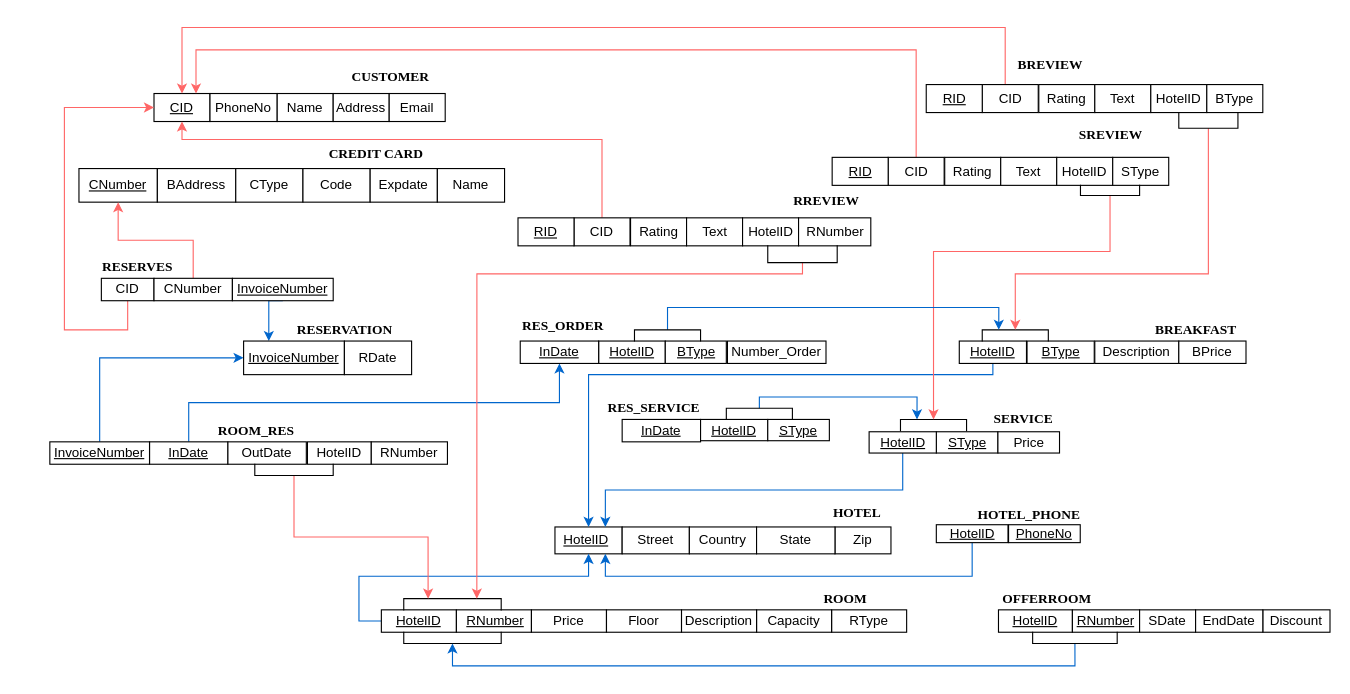
The draw.io diagram ProjectDeliverable2.drawio in susbiswas/njit-dbms-project2, before the edit. Source tidied: cells renumbered, new cells numbered last; positions are measured from the earlier drawing's top-left corner, leaving out a move shared by most shapes. Both pictures are drawn from the tidied source at 112%, with x=0, y=0 at pixel (49, 27).
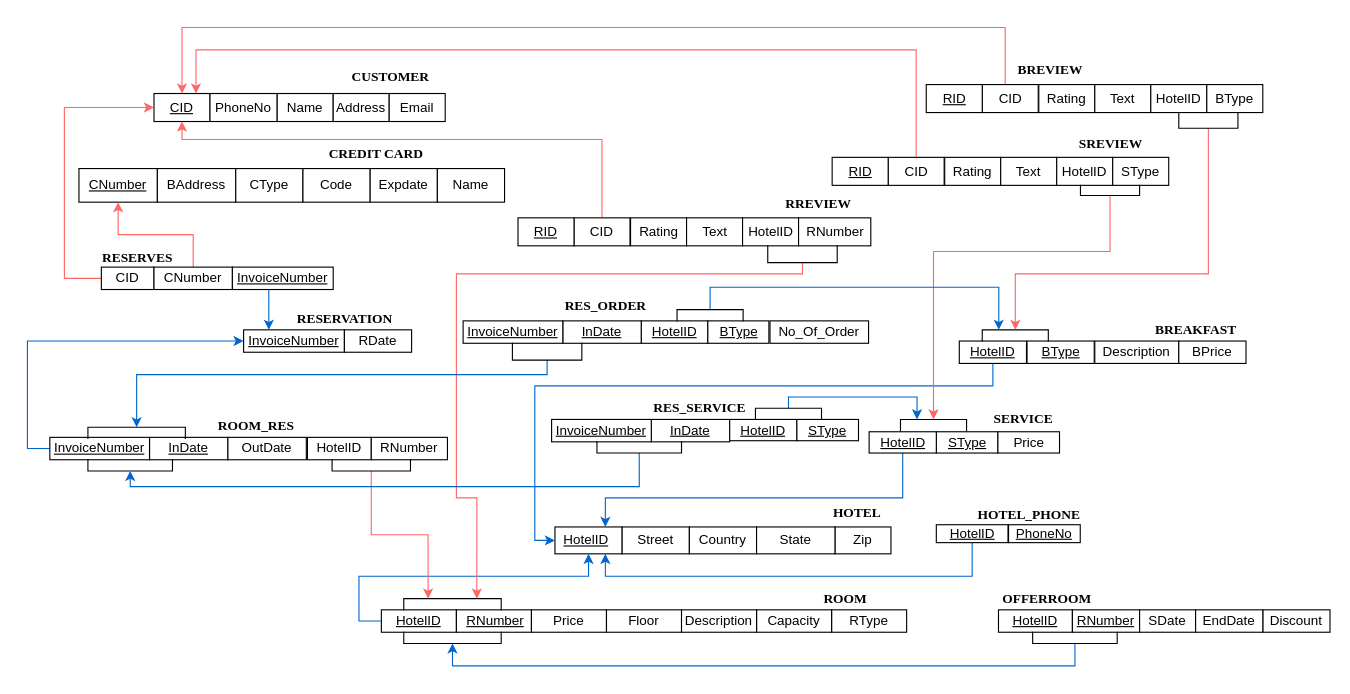
Above is the later version.

Unchanged cells that the change refers to:
```xml
<mxCell id="2" style="rounded=0;whiteSpace=wrap;html=1;" parent="1" vertex="1">
  <mxGeometry x="451" y="446" width="60" height="24" as="geometry" />
</mxCell>
<mxCell id="19" value="&lt;u&gt;CID&lt;/u&gt;" style="rounded=0;whiteSpace=wrap;html=1;" parent="1" vertex="1">
  <mxGeometry x="93" y="59" width="50" height="25" as="geometry" />
</mxCell>
<mxCell id="38" value="&lt;u&gt;HotelID&lt;/u&gt;" style="rounded=0;whiteSpace=wrap;html=1;" parent="1" vertex="1">
  <mxGeometry x="731.5" y="361" width="60" height="19" as="geometry" />
</mxCell>
<mxCell id="41" value="&lt;u&gt;HotelID&lt;/u&gt;" style="rounded=0;whiteSpace=wrap;html=1;" parent="1" vertex="1">
  <mxGeometry x="812" y="280" width="60" height="20" as="geometry" />
</mxCell>
<mxCell id="103" style="shape=partialRectangle;whiteSpace=wrap;html=1;bottom=1;right=1;left=1;top=0;fillColor=none;routingCenterX=-0.5;direction=west;" parent="1" vertex="1">
  <mxGeometry x="316" y="510" width="87" height="10" as="geometry" />
</mxCell>
<mxCell id="107" style="shape=partialRectangle;whiteSpace=wrap;html=1;bottom=1;right=1;left=1;top=0;fillColor=none;routingCenterX=-0.5;" parent="1" vertex="1">
  <mxGeometry x="641" y="195" width="62" height="15" as="geometry" />
</mxCell>
<mxCell id="110" style="shape=partialRectangle;whiteSpace=wrap;html=1;bottom=1;right=1;left=1;top=0;fillColor=none;routingCenterX=-0.5;direction=west;" parent="1" vertex="1">
  <mxGeometry x="759.5" y="350" width="59" height="10" as="geometry" />
</mxCell>
```

Diff of the diagram source:
```diff
@@
-    <mxCell id="32" style="edgeStyle=orthogonalEdgeStyle;rounded=0;jettySize=auto;html=1;exitX=0.5;exitY=0;exitDx=0;exitDy=0;entryX=0.5;entryY=1;entryDx=0;entryDy=0;strokeColor=#0066CC;" parent="1" edge="1" source="33" target="87">
-      <mxGeometry relative="1" as="geometry" />
-    </mxCell>
     <mxCell id="33" value="&lt;u&gt;InDate&lt;/u&gt;" style="rounded=0;whiteSpace=wrap;html=1;" parent="1" vertex="1">
-      <mxGeometry x="89" y="370" width="70" height="20" as="geometry" />
+      <mxGeometry x="89" y="366" width="70" height="20" as="geometry" />
     </mxCell>
     <mxCell id="34" value="OutDate" style="rounded=0;whiteSpace=wrap;html=1;" parent="1" vertex="1">
-      <mxGeometry x="159" y="370" width="70" height="20" as="geometry" />
+      <mxGeometry x="159" y="366" width="70" height="20" as="geometry" />
     </mxCell>
     <mxCell id="35" value="&lt;font face=&quot;Times New Roman&quot;&gt;&lt;b&gt;ROOM_RES&lt;/b&gt;&lt;/font&gt;" style="text;html=1;align=center;verticalAlign=middle;" parent="1" vertex="1">
-      <mxGeometry x="144" y="350" width="80" height="20" as="geometry" />
+      <mxGeometry x="144" y="346" width="80" height="20" as="geometry" />
     </mxCell>
@@
     <mxCell id="37" style="edgeStyle=orthogonalEdgeStyle;rounded=0;jettySize=auto;html=1;exitX=0.5;exitY=1;exitDx=0;exitDy=0;entryX=0.75;entryY=0;entryDx=0;entryDy=0;strokeColor=#0066CC;" parent="1" edge="1" source="38" target="2">
-      <mxGeometry relative="1" as="geometry" />
+      <mxGeometry relative="1" as="geometry">
+        <Array as="points">
+          <mxPoint x="762" y="420" />
+          <mxPoint x="496" y="420" />
+        </Array>
+      </mxGeometry>
     </mxCell>
@@
-    <mxCell id="40" style="edgeStyle=orthogonalEdgeStyle;rounded=0;jettySize=auto;html=1;exitX=0.5;exitY=1;exitDx=0;exitDy=0;entryX=0.5;entryY=0;entryDx=0;entryDy=0;strokeColor=#0066CC;" parent="1" edge="1" source="41" target="2">
+    <mxCell id="40" style="edgeStyle=orthogonalEdgeStyle;rounded=0;jettySize=auto;html=1;exitX=0.5;exitY=1;exitDx=0;exitDy=0;strokeColor=#0066CC;entryX=0;entryY=0.5;entryDx=0;entryDy=0;" parent="1" edge="1" source="41" target="2">
       <mxGeometry relative="1" as="geometry">
         <Array as="points">
-          <mxPoint x="842" y="310" />
-          <mxPoint x="481" y="310" />
+          <mxPoint x="842" y="320" />
+          <mxPoint x="433" y="320" />
+          <mxPoint x="433" y="458" />
         </Array>
       </mxGeometry>
     </mxCell>
@@
     <mxCell id="62" value="&lt;font face=&quot;Times New Roman&quot;&gt;&lt;b&gt;BREVIEW&lt;/b&gt;&lt;/font&gt;" style="text;html=1;align=center;verticalAlign=middle;" parent="1" vertex="1">
-      <mxGeometry x="858" y="24" width="70" height="20" as="geometry" />
+      <mxGeometry x="858" y="28" width="70" height="20" as="geometry" />
     </mxCell>
     <mxCell id="63" value="&lt;b&gt;&lt;font face=&quot;Times New Roman&quot;&gt;SREVIEW&lt;/font&gt;&lt;/b&gt;" style="text;html=1;align=center;verticalAlign=middle;" parent="1" vertex="1">
-      <mxGeometry x="912" y="86" width="70" height="20" as="geometry" />
+      <mxGeometry x="912" y="94" width="70" height="20" as="geometry" />
     </mxCell>
@@
     <mxCell id="71" value="&lt;font face=&quot;Times New Roman&quot;&gt;&lt;b&gt;RREVIEW&lt;/b&gt;&lt;/font&gt;" style="text;html=1;align=center;verticalAlign=middle;" parent="1" vertex="1">
-      <mxGeometry x="658" y="145" width="70" height="20" as="geometry" />
+      <mxGeometry x="651" y="148" width="70" height="20" as="geometry" />
     </mxCell>
@@
-    <mxCell id="76" style="edgeStyle=orthogonalEdgeStyle;rounded=0;jettySize=auto;html=1;exitX=0.5;exitY=1;exitDx=0;exitDy=0;entryX=0;entryY=0.5;entryDx=0;entryDy=0;strokeColor=#FF6666;" parent="1" edge="1" source="77" target="19">
+    <mxCell id="76" style="edgeStyle=orthogonalEdgeStyle;rounded=0;jettySize=auto;html=1;exitX=0;exitY=0.5;exitDx=0;exitDy=0;entryX=0;entryY=0.5;entryDx=0;entryDy=0;strokeColor=#FF6666;" parent="1" edge="1" source="77" target="19">
       <mxGeometry relative="1" as="geometry">
         <Array as="points">
-          <mxPoint x="70" y="270" />
-          <mxPoint x="13" y="270" />
+          <mxPoint x="13" y="224" />
           <mxPoint x="13" y="72" />
         </Array>
       </mxGeometry>
     </mxCell>
     <mxCell id="77" value="CID" style="rounded=0;whiteSpace=wrap;html=1;" parent="1" vertex="1">
-      <mxGeometry x="46" y="224" width="47" height="20" as="geometry" />
+      <mxGeometry x="46" y="214" width="47" height="20" as="geometry" />
     </mxCell>
@@
     <mxCell id="79" value="CNumber" style="rounded=0;whiteSpace=wrap;html=1;" parent="1" vertex="1">
-      <mxGeometry x="93" y="224" width="70" height="20" as="geometry" />
+      <mxGeometry x="93" y="214" width="70" height="20" as="geometry" />
     </mxCell>
@@
     <mxCell id="81" value="&lt;u&gt;InvoiceNumber&lt;/u&gt;" style="rounded=0;whiteSpace=wrap;html=1;" parent="1" vertex="1">
-      <mxGeometry x="163" y="224" width="90" height="20" as="geometry" />
+      <mxGeometry x="163" y="214" width="90" height="20" as="geometry" />
     </mxCell>
     <mxCell id="82" value="&lt;font face=&quot;Times New Roman&quot;&gt;&lt;b&gt;RESERVES&lt;/b&gt;&lt;/font&gt;" style="text;html=1;align=center;verticalAlign=middle;" parent="1" vertex="1">
-      <mxGeometry x="37.5" y="204" width="80" height="20" as="geometry" />
+      <mxGeometry x="37.5" y="196" width="80" height="20" as="geometry" />
     </mxCell>
     <mxCell id="83" value="HotelID" style="rounded=0;whiteSpace=wrap;html=1;" parent="1" vertex="1">
-      <mxGeometry x="230" y="370" width="57" height="20" as="geometry" />
+      <mxGeometry x="230" y="366" width="57" height="20" as="geometry" />
     </mxCell>
     <mxCell id="84" value="RNumber" style="rounded=0;whiteSpace=wrap;html=1;" parent="1" vertex="1">
-      <mxGeometry x="287" y="370" width="68" height="20" as="geometry" />
+      <mxGeometry x="287" y="366" width="68" height="20" as="geometry" />
     </mxCell>
     <mxCell id="85" value="&lt;u&gt;HotelID&lt;/u&gt;" style="rounded=0;whiteSpace=wrap;html=1;" parent="1" vertex="1">
-      <mxGeometry x="490" y="280" width="59.5" height="20" as="geometry" />
+      <mxGeometry x="528" y="262" width="59.5" height="20" as="geometry" />
     </mxCell>
     <mxCell id="86" value="&lt;u&gt;BType&lt;/u&gt;" style="rounded=0;whiteSpace=wrap;html=1;" parent="1" vertex="1">
-      <mxGeometry x="549.5" y="280" width="54.5" height="20" as="geometry" />
+      <mxGeometry x="587.5" y="262" width="54.5" height="20" as="geometry" />
     </mxCell>
     <mxCell id="87" value="&lt;u&gt;InDate&lt;/u&gt;" style="rounded=0;whiteSpace=wrap;html=1;" parent="1" vertex="1">
-      <mxGeometry x="420" y="280" width="70" height="20" as="geometry" />
+      <mxGeometry x="458" y="262" width="70" height="20" as="geometry" />
     </mxCell>
     <mxCell id="88" value="&lt;font face=&quot;Times New Roman&quot;&gt;&lt;b&gt;RES_ORDER&lt;/b&gt;&lt;/font&gt;" style="text;html=1;align=center;verticalAlign=middle;" parent="1" vertex="1">
-      <mxGeometry x="413" y="257" width="90" height="20" as="geometry" />
+      <mxGeometry x="451" y="239" width="90" height="20" as="geometry" />
     </mxCell>
     <mxCell id="89" value="&lt;u&gt;InDate&lt;/u&gt;" style="rounded=0;whiteSpace=wrap;html=1;" parent="1" vertex="1">
-      <mxGeometry x="511" y="350" width="70" height="20" as="geometry" />
+      <mxGeometry x="537" y="350" width="70" height="20" as="geometry" />
     </mxCell>
     <mxCell id="90" value="&lt;u&gt;HotelID&lt;/u&gt;" style="rounded=0;whiteSpace=wrap;html=1;" parent="1" vertex="1">
-      <mxGeometry x="581" y="350" width="60" height="19" as="geometry" />
+      <mxGeometry x="607" y="350" width="60" height="19" as="geometry" />
     </mxCell>
     <mxCell id="91" value="&lt;u&gt;SType&lt;/u&gt;" style="rounded=0;whiteSpace=wrap;html=1;" parent="1" vertex="1">
-      <mxGeometry x="641" y="350" width="55" height="19" as="geometry" />
+      <mxGeometry x="667" y="350" width="55" height="19" as="geometry" />
     </mxCell>
-    <mxCell id="92" value="Number_Order" style="rounded=0;whiteSpace=wrap;html=1;" parent="1" vertex="1">
-      <mxGeometry x="605" y="280" width="88" height="20" as="geometry" />
+    <mxCell id="92" value="No_Of_Order" style="rounded=0;whiteSpace=wrap;html=1;" parent="1" vertex="1">
+      <mxGeometry x="643" y="262" width="88" height="20" as="geometry" />
     </mxCell>
     <mxCell id="93" value="&lt;font face=&quot;Times New Roman&quot;&gt;&lt;b&gt;RES_SERVICE&lt;/b&gt;&lt;/font&gt;" style="text;html=1;align=center;verticalAlign=middle;" parent="1" vertex="1">
-      <mxGeometry x="489" y="330" width="100" height="20" as="geometry" />
+      <mxGeometry x="530" y="330" width="100" height="20" as="geometry" />
     </mxCell>
@@
     <mxCell id="105" style="shape=partialRectangle;whiteSpace=wrap;html=1;bottom=1;right=1;left=1;top=0;fillColor=none;routingCenterX=-0.5;" parent="1" vertex="1">
-      <mxGeometry x="183" y="390" width="70" height="10" as="geometry" />
+      <mxGeometry x="252" y="386" width="70" height="10" as="geometry" />
     </mxCell>
     <mxCell id="106" style="edgeStyle=orthogonalEdgeStyle;rounded=0;jettySize=auto;html=1;exitX=0.5;exitY=1;exitDx=0;exitDy=0;entryX=0.25;entryY=1;entryDx=0;entryDy=0;strokeColor=#FF6666;" parent="1" edge="1" source="107" target="103">
       <mxGeometry relative="1" as="geometry">
         <Array as="points">
           <mxPoint x="672" y="220" />
-          <mxPoint x="381" y="220" />
+          <mxPoint x="363" y="220" />
+          <mxPoint x="363" y="420" />
+          <mxPoint x="381" y="420" />
         </Array>
       </mxGeometry>
     </mxCell>
@@
     <mxCell id="108" style="edgeStyle=orthogonalEdgeStyle;rounded=0;jettySize=auto;html=1;exitX=0.5;exitY=1;exitDx=0;exitDy=0;entryX=0.75;entryY=1;entryDx=0;entryDy=0;strokeColor=#0066CC;" parent="1" edge="1" source="109" target="110">
       <mxGeometry relative="1" as="geometry">
         <Array as="points">
-          <mxPoint x="634" y="330" />
+          <mxPoint x="660" y="330" />
           <mxPoint x="774" y="330" />
         </Array>
       </mxGeometry>
     </mxCell>
     <mxCell id="109" style="shape=partialRectangle;whiteSpace=wrap;html=1;bottom=1;right=1;left=1;top=0;fillColor=none;routingCenterX=-0.5;direction=west;strokeColor=#000000;" parent="1" vertex="1">
-      <mxGeometry x="604" y="340" width="59" height="10" as="geometry" />
+      <mxGeometry x="630" y="340" width="59" height="10" as="geometry" />
     </mxCell>
@@
     <mxCell id="117" style="shape=partialRectangle;whiteSpace=wrap;html=1;bottom=1;right=1;left=1;top=0;fillColor=none;routingCenterX=-0.5;direction=west;strokeColor=#000000;" parent="1" vertex="1">
-      <mxGeometry x="522" y="270" width="59" height="10" as="geometry" />
+      <mxGeometry x="560" y="252" width="59" height="10" as="geometry" />
     </mxCell>
-    <mxCell id="118" style="edgeStyle=orthogonalEdgeStyle;rounded=0;jettySize=auto;html=1;exitX=0.5;exitY=0;exitDx=0;exitDy=0;entryX=0;entryY=0.5;entryDx=0;entryDy=0;strokeColor=#0066CC;" parent="1" edge="1" source="119" target="120">
+    <mxCell id="118" style="edgeStyle=orthogonalEdgeStyle;rounded=0;jettySize=auto;html=1;exitX=0;exitY=0.5;exitDx=0;exitDy=0;entryX=0;entryY=0.5;entryDx=0;entryDy=0;strokeColor=#0066CC;" parent="1" edge="1" source="119" target="120">
       <mxGeometry relative="1" as="geometry" />
     </mxCell>
     <mxCell id="119" value="&lt;u&gt;InvoiceNumber&lt;/u&gt;" style="rounded=0;whiteSpace=wrap;html=1;" parent="1" vertex="1">
-      <mxGeometry y="370" width="89" height="20" as="geometry" />
+      <mxGeometry y="366" width="89" height="20" as="geometry" />
     </mxCell>
     <mxCell id="120" value="&lt;u&gt;InvoiceNumber&lt;/u&gt;" style="rounded=0;whiteSpace=wrap;html=1;" parent="1" vertex="1">
-      <mxGeometry x="173" y="280" width="90" height="30" as="geometry" />
+      <mxGeometry x="173" y="270" width="90" height="20" as="geometry" />
     </mxCell>
     <mxCell id="121" value="RDate" style="rounded=0;whiteSpace=wrap;html=1;" parent="1" vertex="1">
-      <mxGeometry x="263" y="280" width="60" height="30" as="geometry" />
+      <mxGeometry x="263" y="270" width="60" height="20" as="geometry" />
     </mxCell>
     <mxCell id="122" value="&lt;font face=&quot;Times New Roman&quot;&gt;&lt;b&gt;RESERVATION&lt;/b&gt;&lt;/font&gt;" style="text;html=1;align=center;verticalAlign=middle;" parent="1" vertex="1">
-      <mxGeometry x="213" y="260" width="100" height="20" as="geometry" />
+      <mxGeometry x="213" y="250" width="100" height="20" as="geometry" />
     </mxCell>
+    <mxCell id="123" value="&lt;u&gt;InvoiceNumber&lt;/u&gt;" style="rounded=0;whiteSpace=wrap;html=1;" parent="1" vertex="1">
+      <mxGeometry x="369" y="262" width="89" height="20" as="geometry" />
+    </mxCell>
+    <mxCell id="124" style="shape=partialRectangle;whiteSpace=wrap;html=1;bottom=1;right=1;left=1;top=0;fillColor=none;routingCenterX=-0.5;direction=west;" parent="1" vertex="1">
+      <mxGeometry x="34" y="357" width="87" height="10" as="geometry" />
+    </mxCell>
+    <mxCell id="125" style="edgeStyle=orthogonalEdgeStyle;rounded=0;jettySize=auto;html=1;exitX=0.5;exitY=1;exitDx=0;exitDy=0;entryX=0.5;entryY=1;entryDx=0;entryDy=0;strokeColor=#0066CC;" parent="1" edge="1" source="126" target="124">
+      <mxGeometry relative="1" as="geometry">
+        <Array as="points">
+          <mxPoint x="444" y="310" />
+          <mxPoint x="78" y="310" />
+        </Array>
+      </mxGeometry>
+    </mxCell>
+    <mxCell id="126" style="shape=partialRectangle;whiteSpace=wrap;html=1;bottom=1;right=1;left=1;top=0;fillColor=none;routingCenterX=-0.5;" parent="1" vertex="1">
+      <mxGeometry x="413" y="282" width="62" height="15" as="geometry" />
+    </mxCell>
+    <mxCell id="127" value="&lt;u&gt;InvoiceNumber&lt;/u&gt;" style="rounded=0;whiteSpace=wrap;html=1;" parent="1" vertex="1">
+      <mxGeometry x="448" y="350" width="89" height="20" as="geometry" />
+    </mxCell>
+    <mxCell id="128" style="shape=partialRectangle;whiteSpace=wrap;html=1;bottom=1;right=1;left=1;top=0;fillColor=none;routingCenterX=-0.5;strokeColor=#000000;" parent="1" vertex="1">
+      <mxGeometry x="34" y="386" width="75.5" height="10" as="geometry" />
+    </mxCell>
+    <mxCell id="129" style="edgeStyle=orthogonalEdgeStyle;rounded=0;jettySize=auto;html=1;exitX=0.5;exitY=1;exitDx=0;exitDy=0;entryX=0.5;entryY=1;entryDx=0;entryDy=0;strokeColor=#0066CC;" parent="1" edge="1" source="130" target="128">
+      <mxGeometry relative="1" as="geometry">
+        <Array as="points">
+          <mxPoint x="526" y="410" />
+          <mxPoint x="72" y="410" />
+        </Array>
+      </mxGeometry>
+    </mxCell>
+    <mxCell id="130" style="shape=partialRectangle;whiteSpace=wrap;html=1;bottom=1;right=1;left=1;top=0;fillColor=none;routingCenterX=-0.5;strokeColor=#000000;" parent="1" vertex="1">
+      <mxGeometry x="488.5" y="370" width="75.5" height="10" as="geometry" />
+    </mxCell>
```
